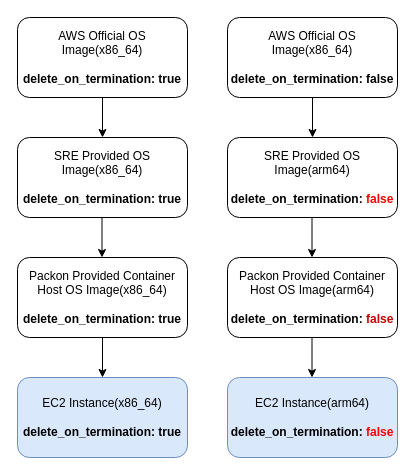
Earlier version of the draw.io diagram delete_on_termination.drawio (YanshanSong/draw.io). Source tidied: cells renumbered, new cells numbered last; positions are measured from the earlier drawing's top-left corner, leaving out a move shared by most shapes. Both pictures are drawn from the tidied source at 100%, with x=0, y=0 at pixel (17, 17).
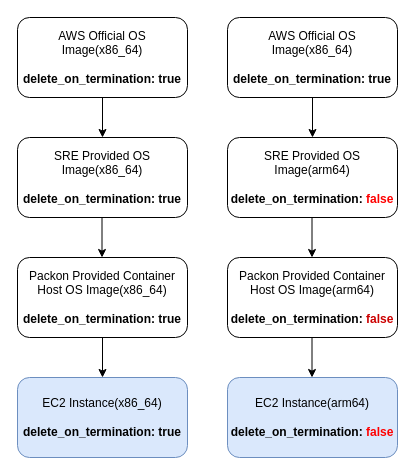
Above is the later version.

What changed in the source:
```diff
@@
 <mxGraphModel>
   <root>
     <mxCell id="0" />
     <mxCell id="1" parent="0" />
     <mxCell id="2" value="AWS Official OS Image(x86_64)&lt;div&gt;&lt;br&gt;&lt;/div&gt;&lt;div&gt;&lt;b&gt;delete_on_termination: true&lt;/b&gt;&lt;br&gt;&lt;/div&gt;" style="rounded=1;whiteSpace=wrap;html=1;" parent="1" vertex="1">
       <mxGeometry width="170" height="80" as="geometry" />
     </mxCell>
     <mxCell id="3" value="SRE Provided OS Image(x86_64)&lt;div&gt;&lt;br&gt;&lt;/div&gt;&lt;div&gt;&lt;b&gt;delete_on_termination: true&lt;/b&gt;&lt;br&gt;&lt;/div&gt;" style="rounded=1;whiteSpace=wrap;html=1;" parent="1" vertex="1">
       <mxGeometry y="120" width="170" height="80" as="geometry" />
     </mxCell>
     <mxCell id="4" value="SRE Provided OS Image(arm64)&lt;div&gt;&lt;br&gt;&lt;/div&gt;&lt;div&gt;&lt;b&gt;delete_on_termination: &lt;font color=&quot;#ff0000&quot;&gt;false&lt;/font&gt;&lt;/b&gt;&lt;br&gt;&lt;/div&gt;" style="rounded=1;whiteSpace=wrap;html=1;" parent="1" vertex="1">
       <mxGeometry x="210" y="120" width="170" height="80" as="geometry" />
     </mxCell>
     <mxCell id="5" value="Packon Provided Container Host OS Image(x86_64)&lt;div&gt;&lt;br&gt;&lt;/div&gt;&lt;div&gt;&lt;b&gt;delete_on_termination: true&lt;/b&gt;&lt;br&gt;&lt;/div&gt;" style="rounded=1;whiteSpace=wrap;html=1;" parent="1" vertex="1">
       <mxGeometry y="240" width="170" height="80" as="geometry" />
     </mxCell>
     <mxCell id="6" value="Packon Provided Container Host OS Image(arm64)&lt;div&gt;&lt;br&gt;&lt;/div&gt;&lt;div&gt;&lt;b&gt;delete_on_termination: &lt;font color=&quot;#cc0000&quot;&gt;false&lt;/font&gt;&lt;/b&gt;&lt;br&gt;&lt;/div&gt;" style="rounded=1;whiteSpace=wrap;html=1;" parent="1" vertex="1">
       <mxGeometry x="210" y="240" width="170" height="80" as="geometry" />
     </mxCell>
-    <mxCell id="7" value="AWS Official OS Image(x86_64)&lt;div&gt;&lt;br&gt;&lt;/div&gt;&lt;div&gt;&lt;b&gt;delete_on_termination: false&lt;/b&gt;&lt;br&gt;&lt;/div&gt;" style="rounded=1;whiteSpace=wrap;html=1;" parent="1" vertex="1">
+    <mxCell id="7" value="AWS Official OS Image(x86_64)&lt;div&gt;&lt;br&gt;&lt;/div&gt;&lt;div&gt;&lt;b&gt;delete_on_termination: true&lt;/b&gt;&lt;br&gt;&lt;/div&gt;" style="rounded=1;whiteSpace=wrap;html=1;" parent="1" vertex="1">
       <mxGeometry x="210" width="170" height="80" as="geometry" />
     </mxCell>
     <mxCell id="8" style="endArrow=classic;html=1;rounded=0;exitX=0.5;exitY=1;exitDx=0;exitDy=0;" parent="1" edge="1" source="2" target="3">
       <mxGeometry relative="1" as="geometry" />
     </mxCell>
     <mxCell id="9" style="endArrow=classic;html=1;rounded=0;exitX=0.5;exitY=1;exitDx=0;exitDy=0;entryX=0.5;entryY=0;entryDx=0;entryDy=0;" parent="1" edge="1" source="7" target="4">
       <mxGeometry relative="1" as="geometry" />
     </mxCell>
     <mxCell id="10" style="endArrow=classic;html=1;rounded=0;exitX=0.5;exitY=1;exitDx=0;exitDy=0;" parent="1" edge="1">
       <mxGeometry relative="1" as="geometry">
         <mxPoint x="84.5" y="200" as="sourcePoint" />
         <mxPoint x="84.5" y="240" as="targetPoint" />
       </mxGeometry>
     </mxCell>
     <mxCell id="11" style="endArrow=classic;html=1;rounded=0;" parent="1" edge="1">
       <mxGeometry relative="1" as="geometry">
         <mxPoint x="294.5" y="200" as="sourcePoint" />
         <mxPoint x="294.5" y="240" as="targetPoint" />
       </mxGeometry>
     </mxCell>
     <mxCell id="12" value="EC2 Instance(x86_64)&lt;div&gt;&lt;br&gt;&lt;/div&gt;&lt;div&gt;&lt;b&gt;delete_on_termination: true&lt;/b&gt;&lt;br&gt;&lt;/div&gt;" style="rounded=1;whiteSpace=wrap;html=1;fillColor=#dae8fc;strokeColor=#6c8ebf;" parent="1" vertex="1">
       <mxGeometry y="360" width="170" height="80" as="geometry" />
     </mxCell>
     <mxCell id="13" value="EC2 Instance(arm64)&lt;div&gt;&lt;br&gt;&lt;/div&gt;&lt;div&gt;&lt;b&gt;delete_on_termination: &lt;font color=&quot;#ff0000&quot;&gt;false&lt;/font&gt;&lt;/b&gt;&lt;br&gt;&lt;/div&gt;" style="rounded=1;whiteSpace=wrap;html=1;fillColor=#dae8fc;strokeColor=#6c8ebf;" parent="1" vertex="1">
       <mxGeometry x="210" y="360" width="170" height="80" as="geometry" />
     </mxCell>
     <mxCell id="14" style="endArrow=classic;html=1;rounded=0;exitX=0.5;exitY=1;exitDx=0;exitDy=0;entryX=0.5;entryY=0;entryDx=0;entryDy=0;" parent="1" edge="1" source="5" target="12">
       <mxGeometry relative="1" as="geometry" />
     </mxCell>
     <mxCell id="15" style="endArrow=classic;html=1;rounded=0;" parent="1" edge="1">
       <mxGeometry relative="1" as="geometry">
         <mxPoint x="294.5" y="320" as="sourcePoint" />
         <mxPoint x="294.5" y="360" as="targetPoint" />
       </mxGeometry>
     </mxCell>
   </root>
 </mxGraphModel>
```
